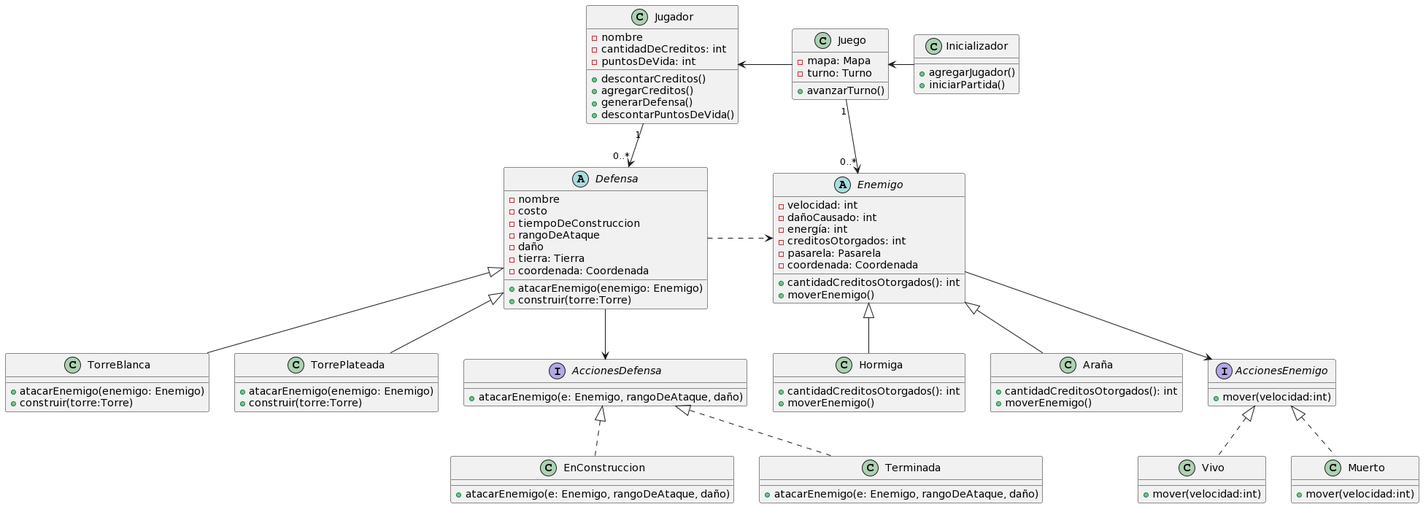
The PlantUML diagram diagrams/classes/DC_1.png in Aldumogi/AlgoDefense, before a commit.
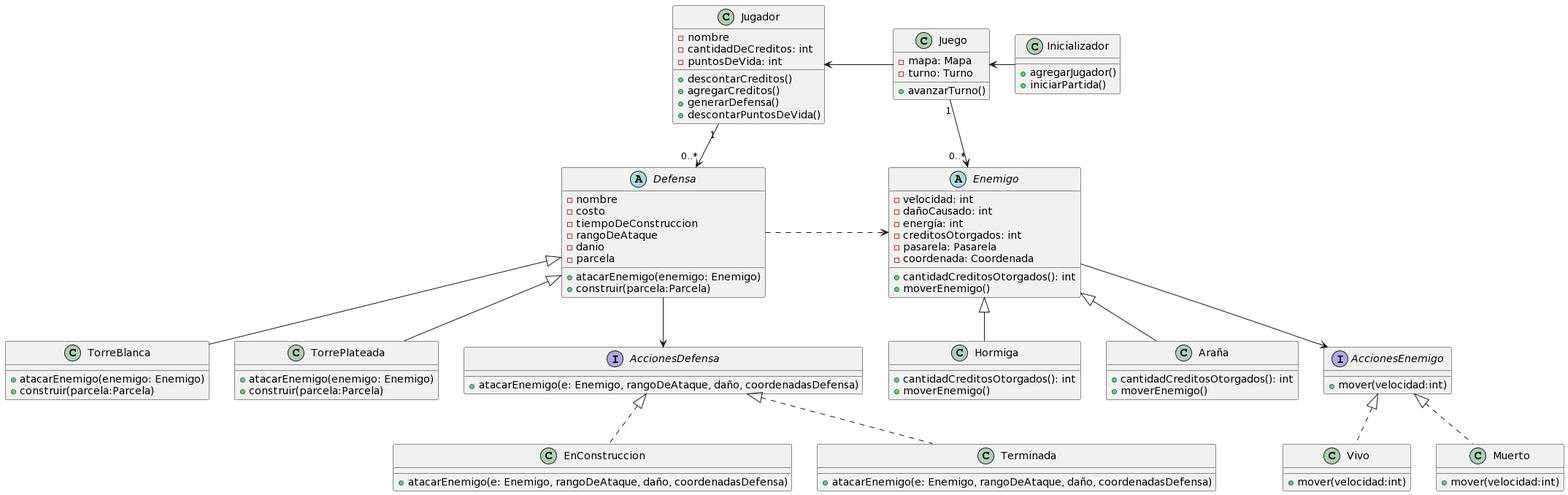
The same diagram one commit later.

The edit, as a diff of the source:
```diff
@@ -36,21 +36,20 @@
 - costo
 - tiempoDeConstruccion
 - rangoDeAtaque
-- daño
-- tierra: Tierra
-- coordenada: Coordenada
+- danio
+- parcela
 + atacarEnemigo(enemigo: Enemigo)
-+ construir(torre:Torre)
++ construir(parcela:Parcela)
 }
 
 class TorreBlanca {
 + atacarEnemigo(enemigo: Enemigo)
-+ construir(torre:Torre)
++ construir(parcela:Parcela)
 }
 
 class TorrePlateada {
 + atacarEnemigo(enemigo: Enemigo)
-+ construir(torre:Torre)
++ construir(parcela:Parcela)
 }
 
 class Jugador {
@@ -65,15 +64,15 @@
 
 
 interface AccionesDefensa {
-+atacarEnemigo(e: Enemigo, rangoDeAtaque, daño)
++atacarEnemigo(e: Enemigo, rangoDeAtaque, daño, coordenadasDefensa)
 }
 
 class EnConstruccion {
-+atacarEnemigo(e: Enemigo, rangoDeAtaque, daño)
++atacarEnemigo(e: Enemigo, rangoDeAtaque, daño, coordenadasDefensa)
 }
 
 class Terminada {
-+atacarEnemigo(e: Enemigo, rangoDeAtaque, daño)
++atacarEnemigo(e: Enemigo, rangoDeAtaque, daño, coordenadasDefensa)
 }
 
 
```
